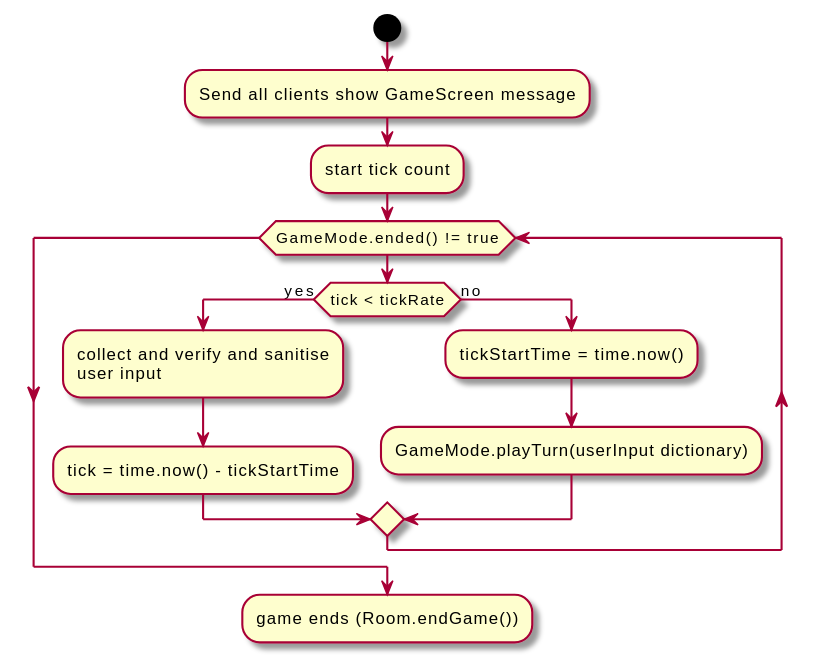
The PlantUML diagram Flowcharts/Rendered/RoomClassFlowchart.svg in yashdwivedi/mavenproject1, before a commit.
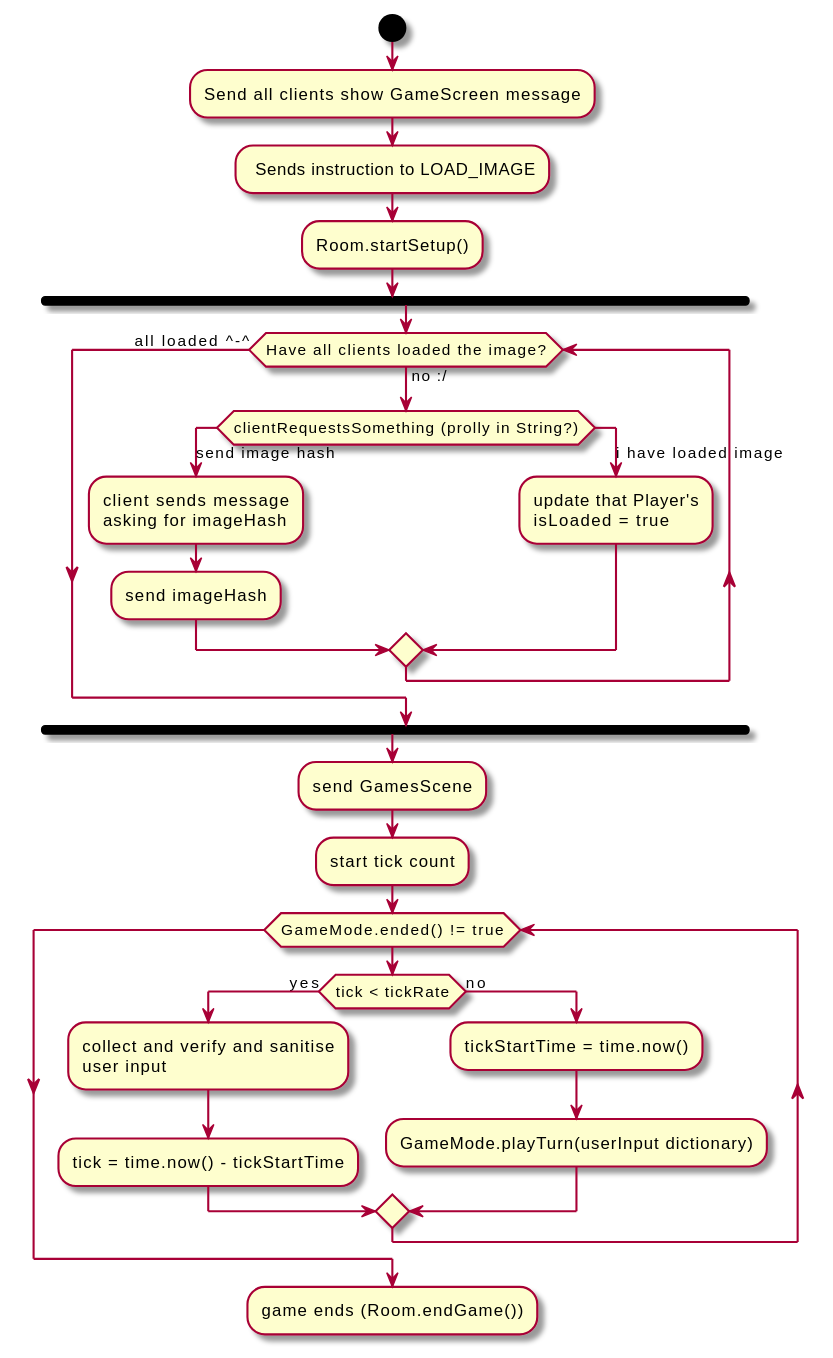
Later version of the same file.

Diff of the diagram source:
```diff
@@ -1,6 +1,23 @@
 @startuml
 start
 :Send all clients show GameScreen message;
+: Sends instruction to LOAD_IMAGE;
+:Room.startSetup();
+fork
+    while (Have all clients loaded the image?) is (no :/)
+
+        switch (clientRequestsSomething (prolly in String?))
+        case (send image hash)
+            :client sends message
+            asking for imageHash;
+            :send imageHash;
+        case (i have loaded image)
+            :update that Player's
+            isLoaded = true;
+        endswitch
+    endwhile (all loaded ^-^)
+end fork
+:send GamesScene;
 :start tick count;
 while (GameMode.ended() != true)
     if (tick < tickRate) then (yes)
```
